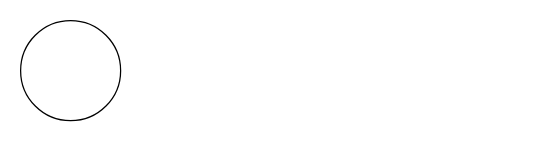
This is Untitled Diagram.drawio from IonToncu/TD, a draw.io file, before an edit. Source tidied: cells renumbered, new cells numbered last; positions are measured from the earlier drawing's top-left corner, leaving out a move shared by most shapes. Both pictures are drawn from the tidied source at 125%, with x=0, y=0 at pixel (20, 20).
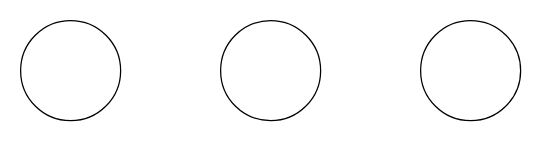
The same page after the edit.

Change to the diagram source:
```diff
@@
 <mxGraphModel>
   <root>
     <mxCell id="0" />
     <mxCell id="1" parent="0" />
     <mxCell id="2" style="ellipse;whiteSpace=wrap;html=1;" parent="1" vertex="1">
       <mxGeometry width="80" height="80" as="geometry" />
     </mxCell>
+    <mxCell id="3" style="ellipse;whiteSpace=wrap;html=1;" parent="1" vertex="1">
+      <mxGeometry x="160" width="80" height="80" as="geometry" />
+    </mxCell>
+    <mxCell id="4" style="ellipse;whiteSpace=wrap;html=1;" parent="1" vertex="1">
+      <mxGeometry x="320" width="80" height="80" as="geometry" />
+    </mxCell>
   </root>
 </mxGraphModel>
```
